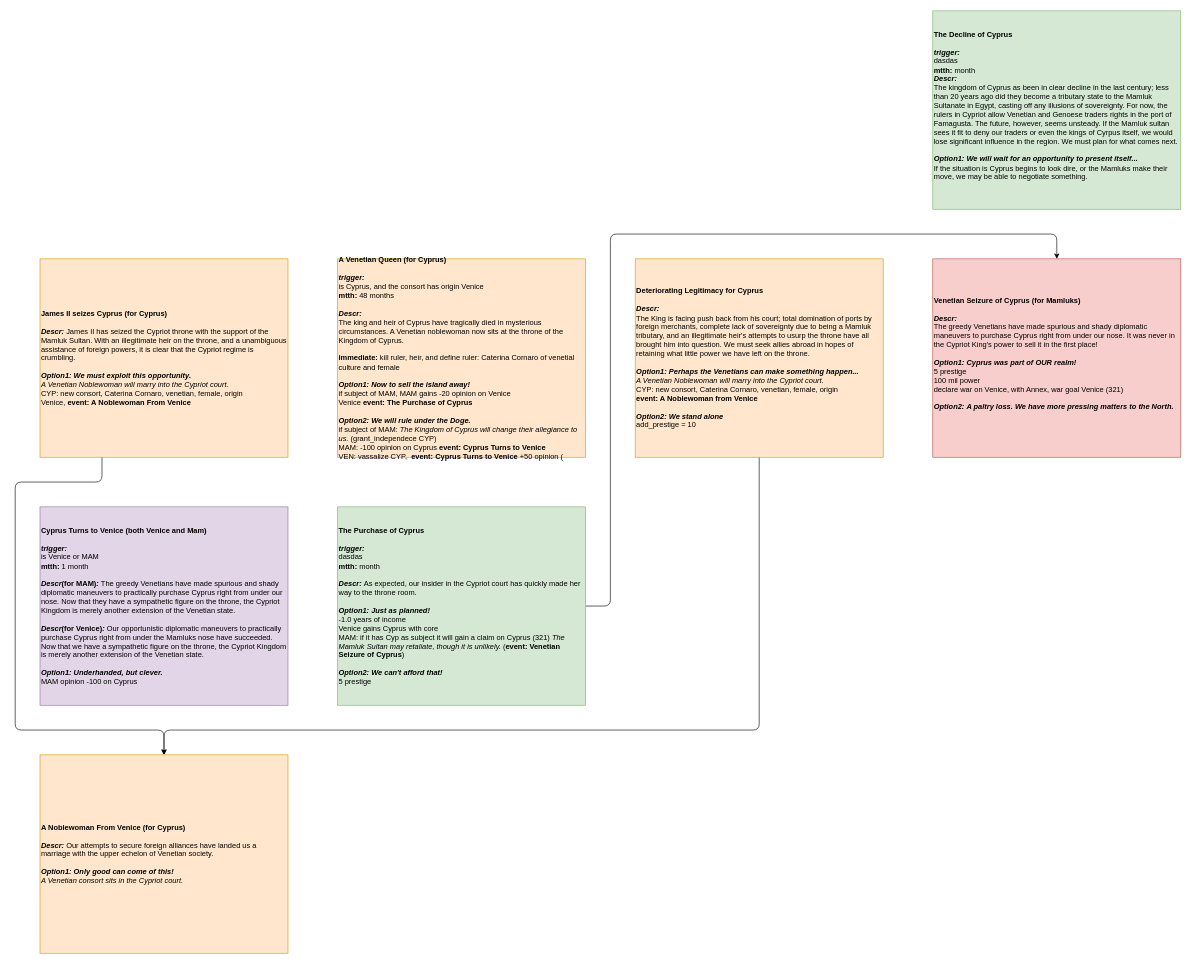
Above: page "Events" (2 of 2) of Venice/VeniceClaivinWork 0.1.drawio in Melvasul/Missions-Expanded (draw.io), before the change. Source tidied: cells renumbered, new cells numbered last; positions are measured from the earlier drawing's top-left corner, leaving out a move shared by most shapes. Both pictures are drawn from the tidied source at 62%, with x=0, y=0 at pixel (15, 11).
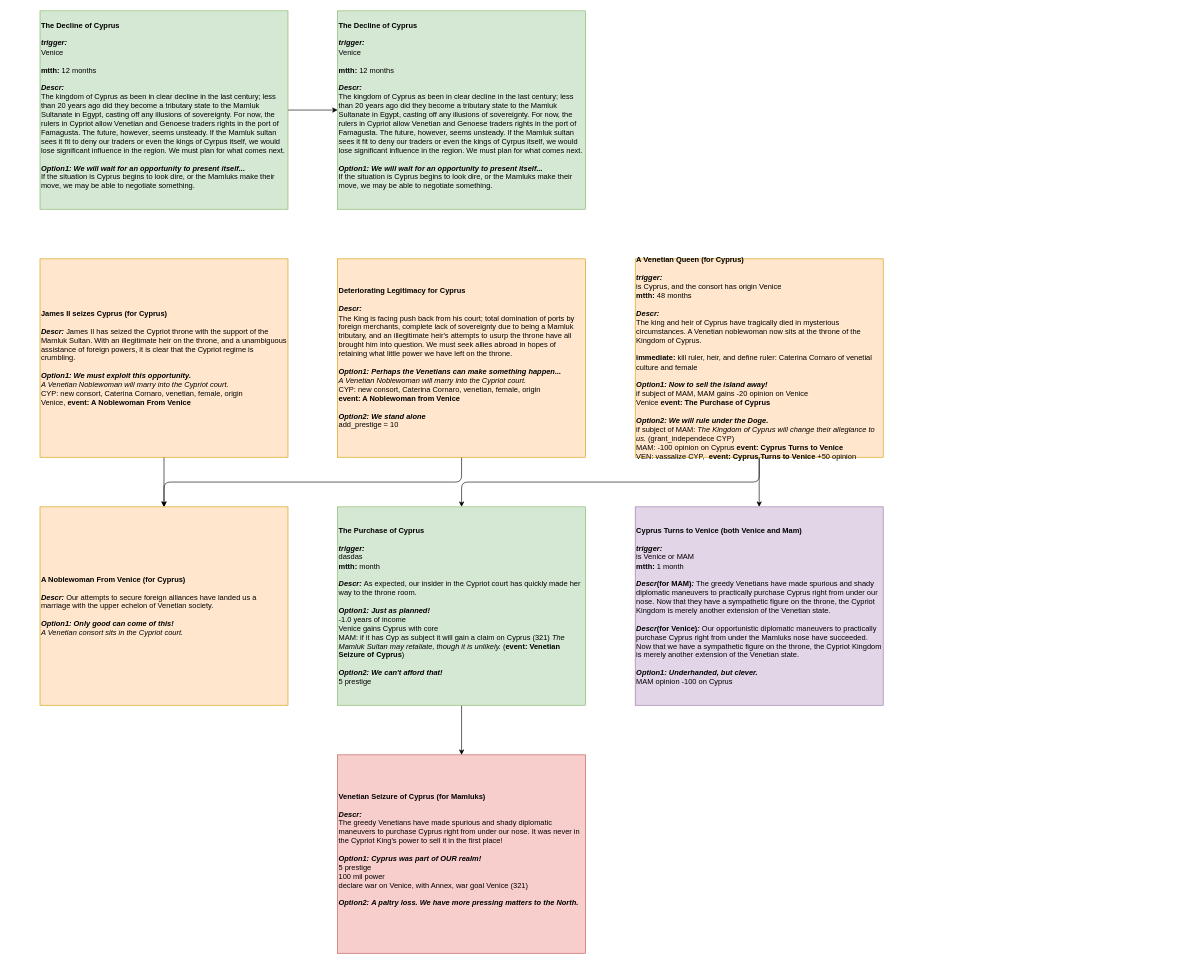
After the change.

The change refers to these unchanged cells:
```xml
<mxCell id="7" value="&lt;div&gt;&lt;b&gt;James II seizes Cyprus (for Cyprus)&lt;/b&gt;&lt;br&gt;&lt;/div&gt;&lt;div&gt;&lt;br&gt;&lt;/div&gt;&lt;div&gt;&lt;b&gt;&lt;i&gt;Descr:&lt;/i&gt;&lt;/b&gt;&amp;nbsp;James II has seized the Cypriot throne with the support of the Mamluk Sultan. With an illegitimate heir on the throne, and a unambiguous assistance of foreign powers, it is clear that the Cypriot regime is crumbling.&lt;/div&gt;&lt;div&gt;&lt;br&gt;&lt;/div&gt;&lt;div style=&quot;font-size: 12px&quot;&gt;&lt;/div&gt;&lt;b&gt;&lt;i&gt;Option1: We must exploit this opportunity.&lt;/i&gt;&lt;/b&gt;&lt;div style=&quot;font-size: 12px&quot;&gt;&lt;span&gt;&lt;i&gt;A Venetian Noblewoman will marry into the Cypriot court.&lt;/i&gt;&lt;/span&gt;&lt;br&gt;&lt;/div&gt;&lt;span&gt;CYP: new consort, Caterina Cornaro, venetian, female, origin Venice,&amp;nbsp;&lt;/span&gt;&lt;b&gt;event: A Noblewoman From Venice&lt;/b&gt;" style="rounded=0;whiteSpace=wrap;html=1;fillColor=#ffe6cc;strokeColor=#d79b00;fontSize=12;align=left;" parent="1" vertex="1">
  <mxGeometry x="40" y="400" width="400" height="320" as="geometry" />
</mxCell>
<mxCell id="13" value="&lt;div&gt;&lt;b&gt;The Purchase of Cyprus&lt;/b&gt;&lt;br&gt;&lt;/div&gt;&lt;div&gt;&lt;i&gt;&lt;b&gt;&lt;br&gt;&lt;/b&gt;&lt;/i&gt;&lt;/div&gt;&lt;div&gt;&lt;i&gt;&lt;b&gt;trigger:&lt;/b&gt;&lt;/i&gt;&lt;/div&gt;&lt;div&gt;dasdas&lt;/div&gt;&lt;div&gt;&lt;b&gt;mtth:&lt;/b&gt;&amp;nbsp;month&lt;/div&gt;&lt;div&gt;&lt;br&gt;&lt;/div&gt;&lt;div&gt;&lt;b&gt;&lt;i&gt;Descr:&lt;/i&gt;&lt;/b&gt;&amp;nbsp;As expected, our insider in the Cypriot court has quickly made her way to the throne room.&lt;/div&gt;&lt;div&gt;&lt;br&gt;&lt;/div&gt;&lt;div style=&quot;font-size: 12px&quot;&gt;&lt;/div&gt;&lt;b&gt;&lt;i&gt;Option1: Just as planned!&lt;/i&gt;&lt;/b&gt;&lt;div style=&quot;font-size: 12px&quot;&gt;-1.0 years of income&lt;/div&gt;&lt;div style=&quot;font-size: 12px&quot;&gt;Venice gains Cyprus with core&lt;/div&gt;&lt;div style=&quot;font-size: 12px&quot;&gt;MAM: if it has Cyp as subject it will gain a claim on Cyprus (321)&amp;nbsp;&lt;i&gt;The Mamluk Sultan may retaliate, though it is unlikely.&lt;/i&gt;&amp;nbsp;(&lt;b&gt;event: Venetian Seizure of Cyprus&lt;/b&gt;)&lt;/div&gt;&lt;div style=&quot;font-size: 12px&quot;&gt;&lt;br&gt;&lt;/div&gt;&lt;b&gt;&lt;i&gt;Option2:&amp;nbsp;&lt;/i&gt;&lt;/b&gt;&lt;b&gt;&lt;i&gt;We can't afford that!&lt;/i&gt;&lt;/b&gt;&lt;b&gt;&lt;i&gt;&lt;br&gt;&lt;/i&gt;&lt;/b&gt;&lt;div style=&quot;font-size: 12px&quot;&gt;5 prestige&lt;/div&gt;" style="rounded=0;whiteSpace=wrap;html=1;fillColor=#d5e8d4;strokeColor=#82b366;fontSize=12;align=left;" parent="1" vertex="1">
  <mxGeometry x="520" y="800" width="400" height="320" as="geometry" />
</mxCell>
```

What changed in the source:
```diff
@@
+    <mxCell id="15" style="edgeStyle=orthogonalEdgeStyle;rounded=1;jettySize=auto;html=1;" parent="1" edge="1" source="4" target="16">
+      <mxGeometry relative="1" as="geometry" />
+    </mxCell>
-    <mxCell id="4" value="&lt;div&gt;&lt;b&gt;The Decline of Cyprus&lt;/b&gt;&lt;br&gt;&lt;/div&gt;&lt;div&gt;&lt;i&gt;&lt;b&gt;&lt;br&gt;&lt;/b&gt;&lt;/i&gt;&lt;/div&gt;&lt;div&gt;&lt;i&gt;&lt;b&gt;trigger:&lt;/b&gt;&lt;/i&gt;&lt;/div&gt;&lt;div&gt;dasdas&lt;/div&gt;&lt;div&gt;&lt;b&gt;mtth:&lt;/b&gt;&amp;nbsp;month&lt;/div&gt;&lt;div&gt;&lt;b&gt;&lt;i&gt;Descr:&lt;/i&gt;&lt;/b&gt;&amp;nbsp;&lt;/div&gt;&lt;div&gt;The kingdom of Cyprus as been in clear decline in the last century; less than 20 years ago did they become a tributary state to the Mamluk Sultanate in Egypt, casting off any illusions of sovereignty. For now, the rulers in Cypriot allow Venetian and Genoese traders rights in the port of Famagusta. The future, however, seems unsteady. If the Mamluk sultan sees it fit to deny our traders or even the kings of Cyrpus itself, we would lose significant influence in the region. We must plan for what comes next.&lt;/div&gt;&lt;div&gt;&lt;br&gt;&lt;/div&gt;&lt;div style=&quot;font-size: 12px&quot;&gt;&lt;b&gt;&lt;i&gt;Option1:&amp;nbsp;&lt;/i&gt;&lt;/b&gt;&lt;b&gt;&lt;i&gt;We will wait for an opportunity to present itself...&lt;/i&gt;&lt;/b&gt;&lt;/div&gt;&lt;div&gt;If the situation is Cyprus begins to look dire, or the Mamluks make their move, we may be able to negotiate something.&lt;br&gt;&lt;/div&gt;&lt;div style=&quot;font-size: 12px&quot;&gt;&lt;br&gt;&lt;/div&gt;" style="rounded=0;whiteSpace=wrap;html=1;fillColor=#d5e8d4;strokeColor=#82b366;fontSize=12;align=left;" parent="1" vertex="1">
-      <mxGeometry x="1480" width="400" height="320" as="geometry" />
+    <mxCell id="4" value="&lt;div&gt;&lt;b&gt;The Decline of Cyprus&lt;/b&gt;&lt;br&gt;&lt;/div&gt;&lt;div&gt;&lt;i&gt;&lt;b&gt;&lt;br&gt;&lt;/b&gt;&lt;/i&gt;&lt;/div&gt;&lt;div&gt;&lt;i&gt;&lt;b&gt;trigger:&lt;/b&gt;&lt;/i&gt;&lt;/div&gt;&lt;div&gt;Venice&lt;/div&gt;&lt;div&gt;&lt;br&gt;&lt;/div&gt;&lt;div&gt;&lt;b&gt;mtth:&lt;/b&gt;&amp;nbsp;12 months&lt;/div&gt;&lt;div&gt;&lt;br&gt;&lt;/div&gt;&lt;div&gt;&lt;b&gt;&lt;i&gt;Descr:&lt;/i&gt;&lt;/b&gt;&amp;nbsp;&lt;/div&gt;&lt;div&gt;The kingdom of Cyprus as been in clear decline in the last century; less than 20 years ago did they become a tributary state to the Mamluk Sultanate in Egypt, casting off any illusions of sovereignty. For now, the rulers in Cypriot allow Venetian and Genoese traders rights in the port of Famagusta. The future, however, seems unsteady. If the Mamluk sultan sees it fit to deny our traders or even the kings of Cyrpus itself, we would lose significant influence in the region. We must plan for what comes next.&lt;/div&gt;&lt;div&gt;&lt;br&gt;&lt;/div&gt;&lt;div style=&quot;font-size: 12px&quot;&gt;&lt;b&gt;&lt;i&gt;Option1:&amp;nbsp;&lt;/i&gt;&lt;/b&gt;&lt;b&gt;&lt;i&gt;We will wait for an opportunity to present itself...&lt;/i&gt;&lt;/b&gt;&lt;/div&gt;&lt;div&gt;If the situation is Cyprus begins to look dire, or the Mamluks make their move, we may be able to negotiate something.&lt;br&gt;&lt;/div&gt;&lt;div style=&quot;font-size: 12px&quot;&gt;&lt;br&gt;&lt;/div&gt;" style="rounded=0;whiteSpace=wrap;html=1;fillColor=#d5e8d4;strokeColor=#82b366;fontSize=12;align=left;" parent="1" vertex="1">
+      <mxGeometry x="40" width="400" height="320" as="geometry" />
     </mxCell>
+    <mxCell id="16" value="&lt;div&gt;&lt;b&gt;The Decline of Cyprus&lt;/b&gt;&lt;br&gt;&lt;/div&gt;&lt;div&gt;&lt;i&gt;&lt;b&gt;&lt;br&gt;&lt;/b&gt;&lt;/i&gt;&lt;/div&gt;&lt;div&gt;&lt;i&gt;&lt;b&gt;trigger:&lt;/b&gt;&lt;/i&gt;&lt;/div&gt;&lt;div&gt;Venice&lt;/div&gt;&lt;div&gt;&lt;br&gt;&lt;/div&gt;&lt;div&gt;&lt;b&gt;mtth:&lt;/b&gt;&amp;nbsp;12 months&lt;/div&gt;&lt;div&gt;&lt;br&gt;&lt;/div&gt;&lt;div&gt;&lt;b&gt;&lt;i&gt;Descr:&lt;/i&gt;&lt;/b&gt;&amp;nbsp;&lt;/div&gt;&lt;div&gt;The kingdom of Cyprus as been in clear decline in the last century; less than 20 years ago did they become a tributary state to the Mamluk Sultanate in Egypt, casting off any illusions of sovereignty. For now, the rulers in Cypriot allow Venetian and Genoese traders rights in the port of Famagusta. The future, however, seems unsteady. If the Mamluk sultan sees it fit to deny our traders or even the kings of Cyrpus itself, we would lose significant influence in the region. We must plan for what comes next.&lt;/div&gt;&lt;div&gt;&lt;br&gt;&lt;/div&gt;&lt;div style=&quot;font-size: 12px&quot;&gt;&lt;b&gt;&lt;i&gt;Option1:&amp;nbsp;&lt;/i&gt;&lt;/b&gt;&lt;b&gt;&lt;i&gt;We will wait for an opportunity to present itself...&lt;/i&gt;&lt;/b&gt;&lt;/div&gt;&lt;div&gt;If the situation is Cyprus begins to look dire, or the Mamluks make their move, we may be able to negotiate something.&lt;br&gt;&lt;/div&gt;&lt;div style=&quot;font-size: 12px&quot;&gt;&lt;br&gt;&lt;/div&gt;" style="rounded=0;whiteSpace=wrap;html=1;fillColor=#d5e8d4;strokeColor=#82b366;fontSize=12;align=left;" parent="1" vertex="1">
+      <mxGeometry x="520" width="400" height="320" as="geometry" />
+    </mxCell>
+    <mxCell id="17" style="edgeStyle=orthogonalEdgeStyle;rounded=1;jettySize=auto;html=1;exitX=0.5;exitY=1;exitDx=0;exitDy=0;" parent="1" edge="1" source="5" target="11">
+      <mxGeometry relative="1" as="geometry" />
+    </mxCell>
+    <mxCell id="18" style="edgeStyle=orthogonalEdgeStyle;rounded=1;jettySize=auto;html=1;exitX=0.5;exitY=1;exitDx=0;exitDy=0;" parent="1" edge="1" source="5" target="13">
+      <mxGeometry relative="1" as="geometry" />
+    </mxCell>
-    <mxCell id="5" value="&lt;div&gt;&lt;b&gt;A Venetian Queen (for Cyprus)&lt;/b&gt;&lt;br&gt;&lt;/div&gt;&lt;div&gt;&lt;i&gt;&lt;b&gt;&lt;br&gt;&lt;/b&gt;&lt;/i&gt;&lt;/div&gt;&lt;div&gt;&lt;i&gt;&lt;b&gt;trigger:&lt;/b&gt;&lt;/i&gt;&lt;/div&gt;&lt;div&gt;is Cyprus, and the consort has origin Venice&lt;/div&gt;&lt;div&gt;&lt;b&gt;mtth:&lt;/b&gt;&amp;nbsp;48 months&lt;/div&gt;&lt;div&gt;&lt;b&gt;&lt;i&gt;&lt;br&gt;&lt;/i&gt;&lt;/b&gt;&lt;/div&gt;&lt;div&gt;&lt;b&gt;&lt;i&gt;Descr:&lt;/i&gt;&lt;/b&gt;&amp;nbsp;&lt;/div&gt;&lt;div&gt;The king and heir of Cyprus have tragically died in mysterious circumstances. A Venetian noblewoman now sits at the throne of the Kingdom of Cyprus.&lt;br&gt;&lt;/div&gt;&lt;div&gt;&lt;br&gt;&lt;/div&gt;&lt;div&gt;&lt;b&gt;immediate:&lt;/b&gt;&amp;nbsp;kill ruler, heir, and define ruler: Caterina Cornaro of venetial culture and female&lt;/div&gt;&lt;div&gt;&lt;br&gt;&lt;/div&gt;&lt;div style=&quot;font-size: 12px&quot;&gt;&lt;b&gt;&lt;i&gt;Option1:&amp;nbsp;&lt;/i&gt;&lt;/b&gt;&lt;b&gt;&lt;i&gt;Now to sell the island away!&amp;nbsp;&lt;/i&gt;&lt;/b&gt;&lt;/div&gt;&lt;div style=&quot;font-size: 12px&quot;&gt;&lt;span&gt;if subject of MAM, MAM gains -20 opinion on Venice&lt;/span&gt;&lt;/div&gt;Venice&amp;nbsp;&lt;b&gt;event: The Purchase of Cyprus&lt;/b&gt;&lt;div style=&quot;font-size: 12px&quot;&gt;&lt;br&gt;&lt;/div&gt;&lt;div style=&quot;font-size: 12px&quot;&gt;&lt;b&gt;&lt;i&gt;Option2: We will rule under the Doge.&lt;/i&gt;&lt;/b&gt;&lt;br&gt;&lt;/div&gt;&lt;div style=&quot;font-size: 12px&quot;&gt;&lt;/div&gt;if subject of MAM: &lt;i&gt;The Kingdom of Cyprus will change their allegiance to us.&lt;/i&gt;&amp;nbsp;(grant_independece CYP)&lt;br&gt;MAM: -100 opinion on Cyprus&amp;nbsp;&lt;b&gt;event:&amp;nbsp;Cyprus Turns to Venice&lt;/b&gt;&lt;br&gt;VEN: vassalize CYP,&amp;nbsp;&amp;nbsp;&lt;b&gt;event: Cyprus Turns to Venice&lt;/b&gt;&amp;nbsp;+50 opinion (" style="rounded=0;whiteSpace=wrap;html=1;fillColor=#ffe6cc;strokeColor=#d79b00;fontSize=12;align=left;" parent="1" vertex="1">
-      <mxGeometry x="520" y="400" width="400" height="320" as="geometry" />
+    <mxCell id="5" value="&lt;div&gt;&lt;b&gt;A Venetian Queen (for Cyprus)&lt;/b&gt;&lt;br&gt;&lt;/div&gt;&lt;div&gt;&lt;i&gt;&lt;b&gt;&lt;br&gt;&lt;/b&gt;&lt;/i&gt;&lt;/div&gt;&lt;div&gt;&lt;i&gt;&lt;b&gt;trigger:&lt;/b&gt;&lt;/i&gt;&lt;/div&gt;&lt;div&gt;is Cyprus, and the consort has origin Venice&lt;/div&gt;&lt;div&gt;&lt;b&gt;mtth:&lt;/b&gt;&amp;nbsp;48 months&lt;/div&gt;&lt;div&gt;&lt;b&gt;&lt;i&gt;&lt;br&gt;&lt;/i&gt;&lt;/b&gt;&lt;/div&gt;&lt;div&gt;&lt;b&gt;&lt;i&gt;Descr:&lt;/i&gt;&lt;/b&gt;&amp;nbsp;&lt;/div&gt;&lt;div&gt;The king and heir of Cyprus have tragically died in mysterious circumstances. A Venetian noblewoman now sits at the throne of the Kingdom of Cyprus.&lt;br&gt;&lt;/div&gt;&lt;div&gt;&lt;br&gt;&lt;/div&gt;&lt;div&gt;&lt;b&gt;immediate:&lt;/b&gt;&amp;nbsp;kill ruler, heir, and define ruler: Caterina Cornaro of venetial culture and female&lt;/div&gt;&lt;div&gt;&lt;br&gt;&lt;/div&gt;&lt;div style=&quot;font-size: 12px&quot;&gt;&lt;b&gt;&lt;i&gt;Option1:&amp;nbsp;&lt;/i&gt;&lt;/b&gt;&lt;b&gt;&lt;i&gt;Now to sell the island away!&amp;nbsp;&lt;/i&gt;&lt;/b&gt;&lt;/div&gt;&lt;div style=&quot;font-size: 12px&quot;&gt;&lt;span&gt;if subject of MAM, MAM gains -20 opinion on Venice&lt;/span&gt;&lt;/div&gt;Venice&amp;nbsp;&lt;b&gt;event: The Purchase of Cyprus&lt;/b&gt;&lt;div style=&quot;font-size: 12px&quot;&gt;&lt;br&gt;&lt;/div&gt;&lt;div style=&quot;font-size: 12px&quot;&gt;&lt;b&gt;&lt;i&gt;Option2: We will rule under the Doge.&lt;/i&gt;&lt;/b&gt;&lt;br&gt;&lt;/div&gt;&lt;div style=&quot;font-size: 12px&quot;&gt;&lt;/div&gt;if subject of MAM: &lt;i&gt;The Kingdom of Cyprus will change their allegiance to us.&lt;/i&gt;&amp;nbsp;(grant_independece CYP)&lt;br&gt;MAM: -100 opinion on Cyprus&amp;nbsp;&lt;b&gt;event:&amp;nbsp;Cyprus Turns to Venice&lt;/b&gt;&lt;br&gt;VEN: vassalize CYP,&amp;nbsp;&amp;nbsp;&lt;b&gt;event: Cyprus Turns to Venice&lt;/b&gt;&amp;nbsp;+50 opinion" style="rounded=0;whiteSpace=wrap;html=1;fillColor=#ffe6cc;strokeColor=#d79b00;fontSize=12;align=left;" parent="1" vertex="1">
+      <mxGeometry x="1000" y="400" width="400" height="320" as="geometry" />
     </mxCell>
-    <mxCell id="6" style="edgeStyle=orthogonalEdgeStyle;rounded=1;jettySize=auto;html=1;exitX=0.25;exitY=1;exitDx=0;exitDy=0;" parent="1" edge="1" source="7" target="14">
-      <mxGeometry relative="1" as="geometry">
-        <Array as="points">
-          <mxPoint x="140" y="760" />
-          <mxPoint y="760" />
-          <mxPoint y="1160" />
-          <mxPoint x="240" y="1160" />
-        </Array>
-      </mxGeometry>
+    <mxCell id="6" style="edgeStyle=orthogonalEdgeStyle;rounded=1;jettySize=auto;html=1;exitX=0.5;exitY=1;exitDx=0;exitDy=0;" parent="1" edge="1" source="7" target="14">
+      <mxGeometry relative="1" as="geometry" />
     </mxCell>
@@
     <mxCell id="8" style="edgeStyle=orthogonalEdgeStyle;rounded=1;jettySize=auto;html=1;exitX=0.5;exitY=1;exitDx=0;exitDy=0;" parent="1" edge="1" source="9" target="14">
-      <mxGeometry relative="1" as="geometry">
-        <Array as="points">
-          <mxPoint x="1200" y="1160" />
-          <mxPoint x="240" y="1160" />
-        </Array>
-      </mxGeometry>
+      <mxGeometry relative="1" as="geometry" />
     </mxCell>
     <mxCell id="9" value="&lt;div&gt;&lt;b&gt;Deteriorating Legitimacy for Cyprus&lt;/b&gt;&lt;br&gt;&lt;/div&gt;&lt;div&gt;&lt;br&gt;&lt;/div&gt;&lt;div&gt;&lt;b&gt;&lt;i&gt;Descr:&lt;/i&gt;&lt;/b&gt;&amp;nbsp;&lt;/div&gt;&lt;div&gt;The King is facing push back from his court; total domination of ports by foreign merchants, complete lack of sovereignty due to being a Mamluk tributary, and an illegitimate heir's attempts to usurp the throne have all brought him into question. We must seek allies abroad in hopes of retaining what little power we have left on the throne.&lt;br&gt;&lt;/div&gt;&lt;div&gt;&lt;br&gt;&lt;/div&gt;&lt;div style=&quot;font-size: 12px&quot;&gt;&lt;b&gt;&lt;i&gt;Option1:&amp;nbsp;&lt;/i&gt;&lt;/b&gt;&lt;b&gt;&lt;i&gt;Perhaps the Venetians can make something happen...&lt;/i&gt;&lt;/b&gt;&lt;/div&gt;&lt;div&gt;&lt;i&gt;A Venetian Noblewoman will marry into the Cypriot court.&lt;/i&gt;&lt;br&gt;&lt;/div&gt;&lt;div&gt;CYP: new consort, Caterina Cornaro, venetian, female, origin&amp;nbsp;&lt;/div&gt;&lt;div&gt;&lt;b&gt;event: A Noblewoman from Venice&lt;/b&gt;&lt;br&gt;&lt;/div&gt;&lt;div&gt;&lt;br&gt;&lt;/div&gt;&lt;div style=&quot;font-size: 12px&quot;&gt;&lt;b&gt;&lt;i&gt;Option2: We stand alone&lt;/i&gt;&lt;/b&gt;&lt;/div&gt;&lt;div style=&quot;font-size: 12px&quot;&gt;add_prestige = 10&lt;/div&gt;" style="rounded=0;whiteSpace=wrap;html=1;fillColor=#ffe6cc;strokeColor=#d79b00;fontSize=12;align=left;" parent="1" vertex="1">
-      <mxGeometry x="1000" y="400" width="400" height="320" as="geometry" />
+      <mxGeometry x="520" y="400" width="400" height="320" as="geometry" />
     </mxCell>
     <mxCell id="10" value="&lt;div&gt;&lt;b&gt;Venetian Seizure of Cyprus (for Mamluks)&lt;/b&gt;&lt;/div&gt;&lt;div&gt;&lt;b&gt;&lt;br&gt;&lt;/b&gt;&lt;/div&gt;&lt;div&gt;&lt;b&gt;&lt;i&gt;Descr:&lt;/i&gt;&lt;/b&gt;&amp;nbsp;&lt;/div&gt;&lt;div&gt;The greedy Venetians have made spurious and shady diplomatic maneuvers to purchase Cyprus right from under our nose. It was never in the Cypriot King's power to sell it in the first place!&lt;br&gt;&lt;/div&gt;&lt;div&gt;&lt;br&gt;&lt;/div&gt;&lt;div style=&quot;font-size: 12px&quot;&gt;&lt;b&gt;&lt;i&gt;Option1:&amp;nbsp;&lt;/i&gt;&lt;/b&gt;&lt;b&gt;&lt;i&gt;Cyprus was part of OUR realm!&lt;/i&gt;&lt;/b&gt;&lt;/div&gt;&lt;div style=&quot;font-size: 12px&quot;&gt;&lt;span&gt;5 prestige&lt;/span&gt;&lt;/div&gt;&lt;div style=&quot;font-size: 12px&quot;&gt;&lt;span&gt;100 mil power&lt;/span&gt;&lt;/div&gt;&lt;div style=&quot;font-size: 12px&quot;&gt;&lt;span&gt;declare war on Venice, with Annex, war goal Venice (321)&lt;/span&gt;&lt;/div&gt;&lt;div style=&quot;font-size: 12px&quot;&gt;&lt;br&gt;&lt;/div&gt;&lt;div style=&quot;font-size: 12px&quot;&gt;&lt;b&gt;&lt;i&gt;Option2:&amp;nbsp;&lt;/i&gt;&lt;/b&gt;&lt;i&gt;&lt;b&gt;A paltry loss. We have more pressing matters to the North.&lt;/b&gt;&lt;/i&gt;&lt;/div&gt;&lt;div style=&quot;font-size: 12px&quot;&gt;&lt;br&gt;&lt;/div&gt;" style="rounded=0;whiteSpace=wrap;html=1;fillColor=#f8cecc;strokeColor=#b85450;fontSize=12;align=left;" parent="1" vertex="1">
-      <mxGeometry x="1480" y="400" width="400" height="320" as="geometry" />
+      <mxGeometry x="520" y="1200" width="400" height="320" as="geometry" />
     </mxCell>
     <mxCell id="11" value="&lt;div&gt;&lt;b&gt;Cyprus Turns to Venice (both Venice and Mam)&lt;/b&gt;&lt;br&gt;&lt;/div&gt;&lt;div&gt;&lt;i&gt;&lt;b&gt;&lt;br&gt;&lt;/b&gt;&lt;/i&gt;&lt;/div&gt;&lt;div&gt;&lt;i&gt;&lt;b&gt;trigger:&lt;/b&gt;&lt;/i&gt;&lt;/div&gt;&lt;div&gt;is Venice or MAM&lt;/div&gt;&lt;div&gt;&lt;b&gt;mtth:&lt;/b&gt;&amp;nbsp;1 month&lt;/div&gt;&lt;div&gt;&lt;br&gt;&lt;/div&gt;&lt;div&gt;&lt;b&gt;&lt;i&gt;Descr&lt;/i&gt;(for MAM)&lt;i&gt;:&lt;/i&gt;&lt;/b&gt;&amp;nbsp;The greedy Venetians have made spurious and shady diplomatic maneuvers to practically purchase Cyprus right from under our nose. Now that they have a sympathetic figure on the throne, the Cypriot Kingdom is merely another extension of the Venetian state.&lt;/div&gt;&lt;div&gt;&lt;br&gt;&lt;/div&gt;&lt;div&gt;&lt;i style=&quot;font-weight: bold&quot;&gt;Descr&lt;/i&gt;&lt;b&gt;(for Venice)&lt;/b&gt;&lt;i style=&quot;font-weight: bold&quot;&gt;:&lt;/i&gt;&amp;nbsp;Our opportunistic diplomatic maneuvers to practically purchase Cyprus right from under the Mamluks nose have succeeded. Now that we have a sympathetic figure on the throne, the Cypriot Kingdom is merely another extension of the Venetian state.&lt;/div&gt;&lt;div style=&quot;font-size: 12px&quot;&gt;&lt;b&gt;&lt;i&gt;&lt;br&gt;&lt;/i&gt;&lt;/b&gt;&lt;/div&gt;&lt;div style=&quot;font-size: 12px&quot;&gt;&lt;b&gt;&lt;i&gt;Option1:&amp;nbsp;&lt;/i&gt;&lt;/b&gt;&lt;b&gt;&lt;i&gt;Underhanded, but clever.&lt;/i&gt;&lt;/b&gt;&lt;/div&gt;&lt;div style=&quot;font-size: 12px&quot;&gt;MAM opinion -100 on Cyprus&lt;/div&gt;" style="rounded=0;whiteSpace=wrap;html=1;fillColor=#e1d5e7;strokeColor=#9673a6;fontSize=12;align=left;" parent="1" vertex="1">
-      <mxGeometry x="40" y="800" width="400" height="320" as="geometry" />
+      <mxGeometry x="1000" y="800" width="400" height="320" as="geometry" />
     </mxCell>
-    <mxCell id="12" style="edgeStyle=orthogonalEdgeStyle;rounded=1;jettySize=auto;html=1;exitX=1;exitY=0.5;exitDx=0;exitDy=0;entryX=0.5;entryY=0;entryDx=0;entryDy=0;" parent="1" edge="1" source="13" target="10">
-      <mxGeometry relative="1" as="geometry">
-        <Array as="points">
-          <mxPoint x="960" y="960" />
-          <mxPoint x="960" y="360" />
-          <mxPoint x="1680" y="360" />
-        </Array>
-      </mxGeometry>
+    <mxCell id="12" style="edgeStyle=orthogonalEdgeStyle;rounded=1;jettySize=auto;html=1;exitX=0.5;exitY=1;exitDx=0;exitDy=0;entryX=0.5;entryY=0;entryDx=0;entryDy=0;" parent="1" edge="1" source="13" target="10">
+      <mxGeometry relative="1" as="geometry" />
     </mxCell>
@@
     <mxCell id="14" value="&lt;div&gt;&lt;b&gt;A Noblewoman From Venice (for Cyprus)&lt;/b&gt;&lt;/div&gt;&lt;div&gt;&lt;b&gt;&lt;br&gt;&lt;/b&gt;&lt;/div&gt;&lt;div&gt;&lt;b&gt;&lt;i&gt;Descr:&lt;/i&gt;&lt;/b&gt;&amp;nbsp;Our attempts to secure foreign alliances have landed us a marriage with the upper echelon of Venetian society.&lt;/div&gt;&lt;div&gt;&lt;br&gt;&lt;/div&gt;&lt;b&gt;&lt;i&gt;Option1:&amp;nbsp;&lt;/i&gt;&lt;/b&gt;&lt;b&gt;&lt;i&gt;Only good can come of this!&lt;/i&gt;&lt;/b&gt;&lt;b&gt;&lt;i&gt;&lt;br&gt;&lt;/i&gt;&lt;/b&gt;&lt;div style=&quot;font-size: 12px&quot;&gt;&lt;i&gt;A Venetian consort sits in the Cypriot court.&lt;/i&gt;&lt;/div&gt;" style="rounded=0;whiteSpace=wrap;html=1;fillColor=#ffe6cc;strokeColor=#d79b00;fontSize=12;align=left;" parent="1" vertex="1">
-      <mxGeometry x="40" y="1200" width="400" height="320" as="geometry" />
+      <mxGeometry x="40" y="800" width="400" height="320" as="geometry" />
     </mxCell>
```
